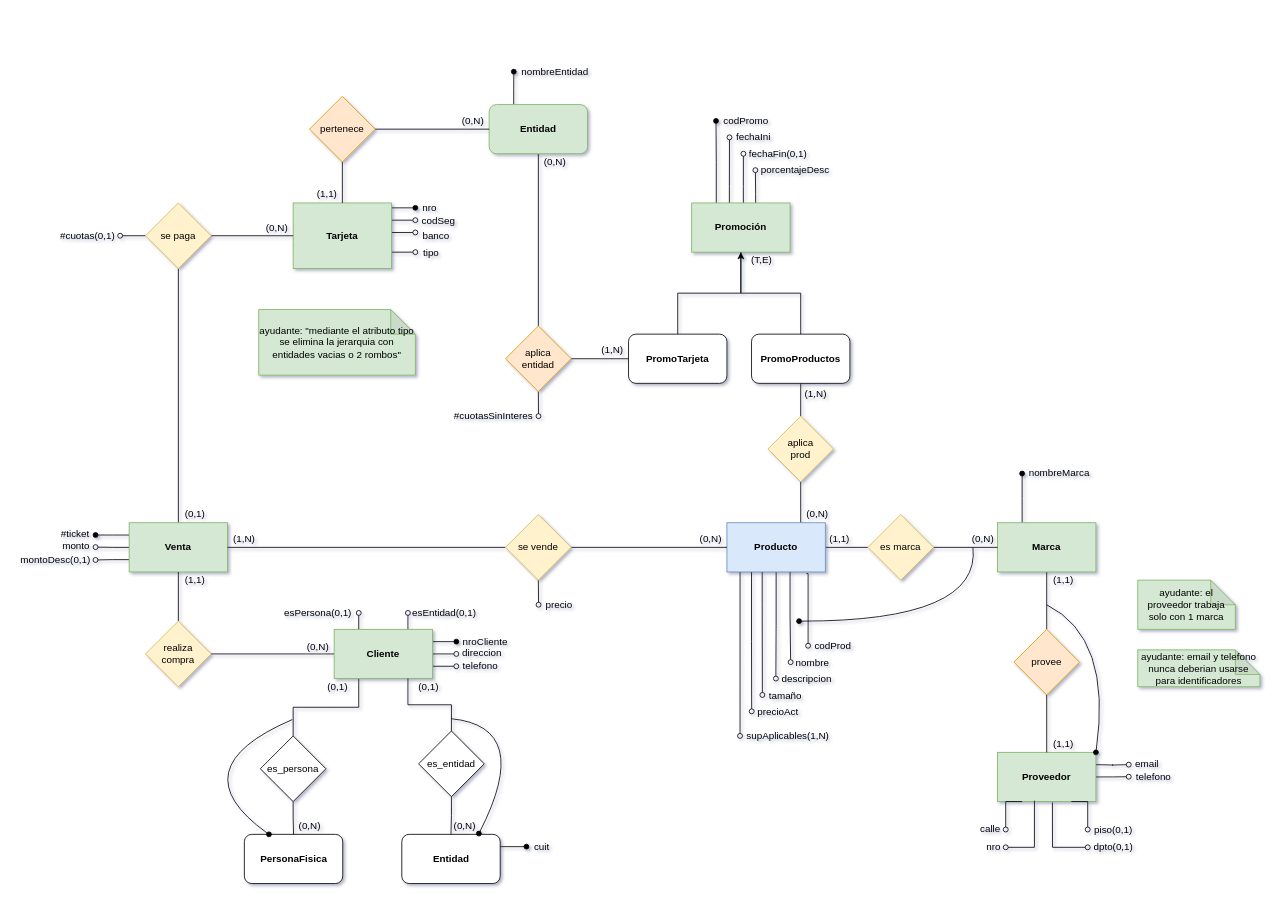
sergiocld99/unlp-tramo-final keeps this draw.io diagram as BD/p1/BD - Práctica 1 - Ej 11 - Lógico.drawio. Above is the earlier version. Source tidied: cells renumbered, new cells numbered last; positions are measured from the earlier drawing's top-left corner, leaving out a move shared by most shapes. Both pictures are drawn from the tidied source at 82%, with x=0, y=0 at pixel (14, 64).
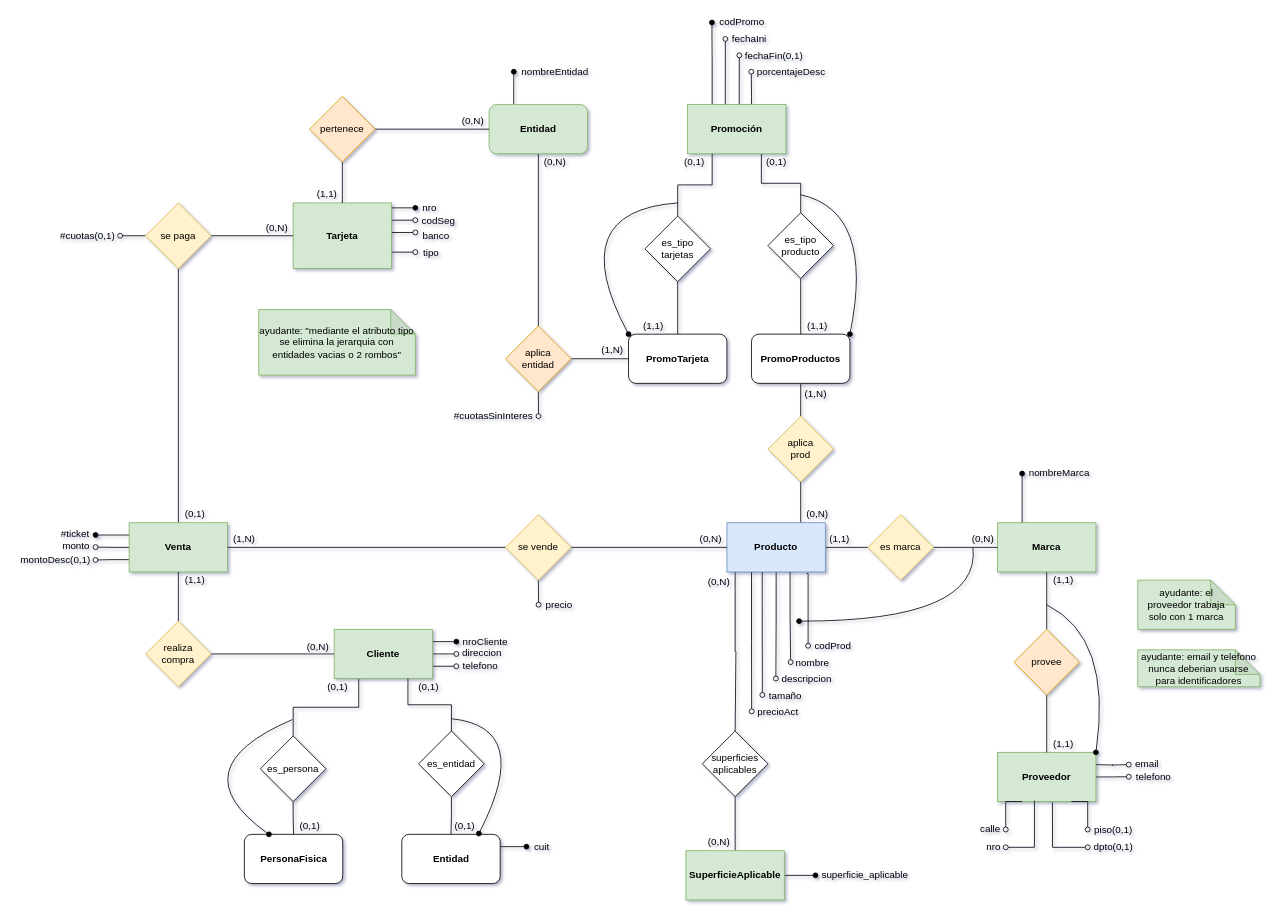
After the change.

Unchanged cells that the change refers to:
```xml
<mxCell id="43" value="Cliente" style="rounded=0;whiteSpace=wrap;html=1;fontStyle=1;fillColor=#d5e8d4;strokeColor=#82b366;" parent="1" vertex="1">
  <mxGeometry x="390" y="689" width="120" height="60" as="geometry" />
</mxCell>
<mxCell id="57" value="PromoProductos" style="rounded=1;whiteSpace=wrap;html=1;fontStyle=1;" parent="1" vertex="1">
  <mxGeometry x="899" y="329" width="120" height="60" as="geometry" />
</mxCell>
<mxCell id="59" value="PromoTarjeta" style="rounded=1;whiteSpace=wrap;html=1;fontStyle=1;" parent="1" vertex="1">
  <mxGeometry x="749" y="329" width="120" height="60" as="geometry" />
</mxCell>
```

Change to the diagram source:
```diff
@@
-    <mxCell id="9" style="edgeStyle=orthogonalEdgeStyle;rounded=0;orthogonalLoop=1;jettySize=auto;html=1;exitX=0;exitY=1;exitDx=0;exitDy=0;endArrow=oval;endFill=0;" parent="1" edge="1">
-      <mxGeometry relative="1" as="geometry">
-        <mxPoint x="885" y="619" as="sourcePoint" />
-        <mxPoint x="885" y="819" as="targetPoint" />
-      </mxGeometry>
-    </mxCell>
+    <mxCell id="142" style="edgeStyle=orthogonalEdgeStyle;rounded=0;jettySize=auto;html=1;exitX=0;exitY=1;exitDx=0;exitDy=0;entryX=0.5;entryY=0;entryDx=0;entryDy=0;endArrow=none;endFill=0;" parent="1" edge="1" target="156">
+      <mxGeometry relative="1" as="geometry">
+        <mxPoint x="879" y="619" as="sourcePoint" />
+        <Array as="points">
+          <mxPoint x="879" y="716" />
+          <mxPoint x="880" y="716" />
+          <mxPoint x="880" y="813" />
+        </Array>
+      </mxGeometry>
+    </mxCell>
@@
-    <mxCell id="41" style="edgeStyle=orthogonalEdgeStyle;rounded=0;jettySize=auto;html=1;exitX=0.75;exitY=0;exitDx=0;exitDy=0;endArrow=oval;endFill=0;" parent="1" edge="1" source="43">
-      <mxGeometry relative="1" as="geometry">
-        <mxPoint x="480" y="669" as="targetPoint" />
-      </mxGeometry>
-    </mxCell>
-    <mxCell id="42" style="edgeStyle=orthogonalEdgeStyle;rounded=0;jettySize=auto;html=1;exitX=0.25;exitY=0;exitDx=0;exitDy=0;endArrow=oval;endFill=0;" parent="1" edge="1" source="43">
-      <mxGeometry relative="1" as="geometry">
-        <mxPoint x="420" y="669" as="targetPoint" />
-      </mxGeometry>
-    </mxCell>
@@
     <mxCell id="49" style="edgeStyle=orthogonalEdgeStyle;rounded=0;jettySize=auto;html=1;exitX=0.25;exitY=0;exitDx=0;exitDy=0;endArrow=oval;endFill=1;" parent="1" edge="1" source="53">
       <mxGeometry relative="1" as="geometry">
-        <mxPoint x="855.7" y="69" as="targetPoint" />
+        <mxPoint x="850.7" y="-51" as="targetPoint" />
       </mxGeometry>
     </mxCell>
     <mxCell id="50" style="edgeStyle=orthogonalEdgeStyle;rounded=0;orthogonalLoop=1;jettySize=auto;html=1;exitX=0.5;exitY=0;exitDx=0;exitDy=0;endArrow=oval;endFill=0;" parent="1" edge="1">
       <mxGeometry relative="1" as="geometry">
-        <mxPoint x="872" y="169" as="sourcePoint" />
-        <mxPoint x="872.1" y="89" as="targetPoint" />
+        <mxPoint x="867" y="49" as="sourcePoint" />
+        <mxPoint x="867.1" y="-31" as="targetPoint" />
         <Array as="points">
-          <mxPoint x="872" y="149" />
-          <mxPoint x="872" y="149" />
+          <mxPoint x="867" y="29" />
+          <mxPoint x="867" y="29" />
         </Array>
       </mxGeometry>
     </mxCell>
     <mxCell id="51" style="edgeStyle=orthogonalEdgeStyle;rounded=0;orthogonalLoop=1;jettySize=auto;html=1;exitX=0.5;exitY=0;exitDx=0;exitDy=0;endArrow=oval;endFill=0;" parent="1" edge="1">
       <mxGeometry relative="1" as="geometry">
-        <mxPoint x="889" y="169" as="sourcePoint" />
-        <mxPoint x="889.1" y="109" as="targetPoint" />
+        <mxPoint x="884" y="49" as="sourcePoint" />
+        <mxPoint x="884.1" y="-11" as="targetPoint" />
         <Array as="points">
-          <mxPoint x="889" y="149" />
-          <mxPoint x="889" y="149" />
+          <mxPoint x="884" y="29" />
+          <mxPoint x="884" y="29" />
         </Array>
       </mxGeometry>
     </mxCell>
     <mxCell id="52" style="edgeStyle=orthogonalEdgeStyle;rounded=0;orthogonalLoop=1;jettySize=auto;html=1;exitX=0.75;exitY=0;exitDx=0;exitDy=0;endArrow=oval;endFill=0;" parent="1" edge="1">
       <mxGeometry relative="1" as="geometry">
-        <mxPoint x="904" y="169" as="sourcePoint" />
-        <mxPoint x="903.7" y="129" as="targetPoint" />
+        <mxPoint x="899" y="49" as="sourcePoint" />
+        <mxPoint x="898.7" y="9" as="targetPoint" />
         <Array as="points">
-          <mxPoint x="904" y="159" />
-          <mxPoint x="904" y="159" />
+          <mxPoint x="899" y="39" />
+          <mxPoint x="899" y="39" />
         </Array>
       </mxGeometry>
     </mxCell>
+    <mxCell id="143" style="edgeStyle=orthogonalEdgeStyle;rounded=0;jettySize=auto;html=1;exitX=0.75;exitY=1;exitDx=0;exitDy=0;entryX=0.5;entryY=0;entryDx=0;entryDy=0;endArrow=none;endFill=0;" parent="1" edge="1" source="53" target="148">
+      <mxGeometry relative="1" as="geometry" />
+    </mxCell>
     <mxCell id="53" value="Promoción" style="rounded=0;whiteSpace=wrap;html=1;fontStyle=1;fillColor=#d5e8d4;strokeColor=#82b366;" parent="1" vertex="1">
-      <mxGeometry x="826" y="169" width="120" height="60" as="geometry" />
+      <mxGeometry x="821" y="49" width="120" height="60" as="geometry" />
     </mxCell>
@@
-    <mxCell id="56" style="edgeStyle=orthogonalEdgeStyle;rounded=0;jettySize=auto;html=1;exitX=0.5;exitY=0;exitDx=0;exitDy=0;entryX=0.5;entryY=1;entryDx=0;entryDy=0;endArrow=classic;endFill=1;" parent="1" edge="1" source="57" target="53">
-      <mxGeometry relative="1" as="geometry" />
-    </mxCell>
@@
-    <mxCell id="58" style="edgeStyle=orthogonalEdgeStyle;rounded=0;jettySize=auto;html=1;exitX=0.5;exitY=0;exitDx=0;exitDy=0;entryX=0.5;entryY=1;entryDx=0;entryDy=0;endArrow=none;endFill=0;" parent="1" edge="1" source="59" target="53">
-      <mxGeometry relative="1" as="geometry" />
-    </mxCell>
@@
     <mxCell id="89" value="codPromo" style="text;html=1;align=center;verticalAlign=middle;strokeColor=none;fillColor=none;" parent="1" vertex="1">
-      <mxGeometry x="857" y="59" width="70" height="20" as="geometry" />
+      <mxGeometry x="852" y="-61" width="70" height="20" as="geometry" />
     </mxCell>
     <mxCell id="90" value="fechaIni" style="text;html=1;align=center;verticalAlign=middle;strokeColor=none;fillColor=none;" parent="1" vertex="1">
-      <mxGeometry x="871" y="79" width="60" height="20" as="geometry" />
+      <mxGeometry x="866" y="-41" width="60" height="20" as="geometry" />
     </mxCell>
     <mxCell id="91" value="fechaFin(0,1)" style="text;html=1;align=center;verticalAlign=middle;strokeColor=none;fillColor=none;" parent="1" vertex="1">
-      <mxGeometry x="886" y="100" width="90" height="20" as="geometry" />
+      <mxGeometry x="881" y="-20" width="90" height="20" as="geometry" />
     </mxCell>
     <mxCell id="92" value="porcentajeDesc" style="text;html=1;align=center;verticalAlign=middle;strokeColor=none;fillColor=none;" parent="1" vertex="1">
-      <mxGeometry x="902" y="119" width="100" height="20" as="geometry" />
+      <mxGeometry x="897" y="-1" width="100" height="20" as="geometry" />
     </mxCell>
@@
-    <mxCell id="99" value="(T,E)" style="text;html=1;align=center;verticalAlign=middle;strokeColor=none;fillColor=none;" parent="1" vertex="1">
-      <mxGeometry x="891" y="229" width="40" height="20" as="geometry" />
-    </mxCell>
@@
-    <mxCell id="123" value="supAplicables(1,N)" style="text;html=1;align=center;verticalAlign=middle;strokeColor=none;fillColor=none;" parent="1" vertex="1">
-      <mxGeometry x="883" y="809" width="120" height="20" as="geometry" />
-    </mxCell>
@@
-    <mxCell id="136" value="(0,N)" style="text;html=1;align=center;verticalAlign=middle;strokeColor=none;fillColor=none;" parent="1" vertex="1">
+    <mxCell id="136" value="(0,1)" style="text;html=1;align=center;verticalAlign=middle;strokeColor=none;fillColor=none;" parent="1" vertex="1">
       <mxGeometry x="529" y="919" width="40" height="20" as="geometry" />
     </mxCell>
-    <mxCell id="137" value="(0,N)" style="text;html=1;align=center;verticalAlign=middle;strokeColor=none;fillColor=none;" parent="1" vertex="1">
+    <mxCell id="137" value="(0,1)" style="text;html=1;align=center;verticalAlign=middle;strokeColor=none;fillColor=none;" parent="1" vertex="1">
       <mxGeometry x="340" y="919" width="40" height="20" as="geometry" />
     </mxCell>
@@
-    <mxCell id="140" value="esEntidad(0,1)" style="text;html=1;align=center;verticalAlign=middle;strokeColor=none;fillColor=none;" parent="1" vertex="1">
-      <mxGeometry x="479" y="659" width="90" height="20" as="geometry" />
-    </mxCell>
-    <mxCell id="141" value="esPersona(0,1)" style="text;html=1;align=center;verticalAlign=middle;strokeColor=none;fillColor=none;" parent="1" vertex="1">
-      <mxGeometry x="320" y="659" width="100" height="20" as="geometry" />
-    </mxCell>
+    <mxCell id="144" style="edgeStyle=orthogonalEdgeStyle;rounded=0;jettySize=auto;html=1;exitX=0.5;exitY=0;exitDx=0;exitDy=0;entryX=0.25;entryY=1;entryDx=0;entryDy=0;endArrow=none;endFill=0;" parent="1" edge="1" source="146" target="53">
+      <mxGeometry relative="1" as="geometry" />
+    </mxCell>
+    <mxCell id="145" style="edgeStyle=orthogonalEdgeStyle;rounded=0;jettySize=auto;html=1;exitX=0.5;exitY=1;exitDx=0;exitDy=0;entryX=0.5;entryY=0;entryDx=0;entryDy=0;endArrow=none;endFill=0;" parent="1" edge="1" source="146" target="59">
+      <mxGeometry relative="1" as="geometry" />
+    </mxCell>
+    <mxCell id="146" value="es_tipo&lt;br&gt;tarjetas" style="rhombus;whiteSpace=wrap;html=1;" parent="1" vertex="1">
+      <mxGeometry x="769" y="185" width="80" height="80" as="geometry" />
+    </mxCell>
+    <mxCell id="147" style="edgeStyle=orthogonalEdgeStyle;rounded=0;jettySize=auto;html=1;exitX=0.5;exitY=1;exitDx=0;exitDy=0;entryX=0.5;entryY=0;entryDx=0;entryDy=0;endArrow=none;endFill=0;" parent="1" edge="1" source="148" target="57">
+      <mxGeometry relative="1" as="geometry" />
+    </mxCell>
+    <mxCell id="148" value="es_tipo&lt;br&gt;producto" style="rhombus;whiteSpace=wrap;html=1;" parent="1" vertex="1">
+      <mxGeometry x="919" y="181" width="80" height="80" as="geometry" />
+    </mxCell>
+    <mxCell id="149" value="(0,1)" style="text;html=1;align=center;verticalAlign=middle;strokeColor=none;fillColor=none;" parent="1" vertex="1">
+      <mxGeometry x="809" y="109" width="40" height="20" as="geometry" />
+    </mxCell>
+    <mxCell id="150" value="(0,1)" style="text;html=1;align=center;verticalAlign=middle;strokeColor=none;fillColor=none;" parent="1" vertex="1">
+      <mxGeometry x="909" y="109" width="40" height="20" as="geometry" />
+    </mxCell>
+    <mxCell id="151" value="(1,1)" style="text;html=1;align=center;verticalAlign=middle;strokeColor=none;fillColor=none;" parent="1" vertex="1">
+      <mxGeometry x="759" y="309" width="40" height="20" as="geometry" />
+    </mxCell>
+    <mxCell id="152" value="(1,1)" style="text;html=1;align=center;verticalAlign=middle;strokeColor=none;fillColor=none;" parent="1" vertex="1">
+      <mxGeometry x="959" y="309" width="40" height="20" as="geometry" />
+    </mxCell>
+    <mxCell id="153" style="curved=1;endArrow=oval;html=1;rounded=0;entryX=0;entryY=0;entryDx=0;entryDy=0;endFill=1;" parent="1" edge="1" target="59">
+      <mxGeometry relative="1" as="geometry">
+        <mxPoint x="809" y="169" as="sourcePoint" />
+        <Array as="points">
+          <mxPoint x="669" y="179" />
+        </Array>
+      </mxGeometry>
+    </mxCell>
+    <mxCell id="154" style="curved=1;endArrow=oval;html=1;rounded=0;entryX=1;entryY=0;entryDx=0;entryDy=0;endFill=1;" parent="1" edge="1" target="57">
+      <mxGeometry relative="1" as="geometry">
+        <mxPoint x="959" y="159" as="sourcePoint" />
+        <Array as="points">
+          <mxPoint x="1049" y="179" />
+        </Array>
+      </mxGeometry>
+    </mxCell>
+    <mxCell id="155" style="edgeStyle=orthogonalEdgeStyle;rounded=0;jettySize=auto;html=1;exitX=0.5;exitY=1;exitDx=0;exitDy=0;entryX=0.5;entryY=0;entryDx=0;entryDy=0;endArrow=none;endFill=0;" parent="1" edge="1" source="156" target="159">
+      <mxGeometry relative="1" as="geometry" />
+    </mxCell>
+    <mxCell id="156" value="superficies&lt;br&gt;aplicables" style="rhombus;whiteSpace=wrap;html=1;" parent="1" vertex="1">
+      <mxGeometry x="839" y="813" width="80" height="80" as="geometry" />
+    </mxCell>
+    <mxCell id="157" value="superficie_aplicable" style="text;html=1;align=center;verticalAlign=middle;strokeColor=none;fillColor=none;" parent="1" vertex="1">
+      <mxGeometry x="977" y="979" width="120" height="20" as="geometry" />
+    </mxCell>
+    <mxCell id="158" style="edgeStyle=orthogonalEdgeStyle;rounded=0;jettySize=auto;html=1;exitX=1;exitY=0.5;exitDx=0;exitDy=0;endArrow=oval;endFill=1;" parent="1" edge="1" source="159">
+      <mxGeometry relative="1" as="geometry">
+        <mxPoint x="977" y="989" as="targetPoint" />
+      </mxGeometry>
+    </mxCell>
+    <mxCell id="159" value="SuperficieAplicable" style="rounded=0;whiteSpace=wrap;html=1;fontStyle=1;fillColor=#d5e8d4;strokeColor=#82b366;" parent="1" vertex="1">
+      <mxGeometry x="819" y="959" width="120" height="60" as="geometry" />
+    </mxCell>
+    <mxCell id="160" value="(0,N)" style="text;html=1;align=center;verticalAlign=middle;strokeColor=none;fillColor=none;" parent="1" vertex="1">
+      <mxGeometry x="839" y="939" width="40" height="20" as="geometry" />
+    </mxCell>
+    <mxCell id="161" value="(0,N)" style="text;html=1;align=center;verticalAlign=middle;strokeColor=none;fillColor=none;" parent="1" vertex="1">
+      <mxGeometry x="839" y="622" width="40" height="20" as="geometry" />
+    </mxCell>
```
